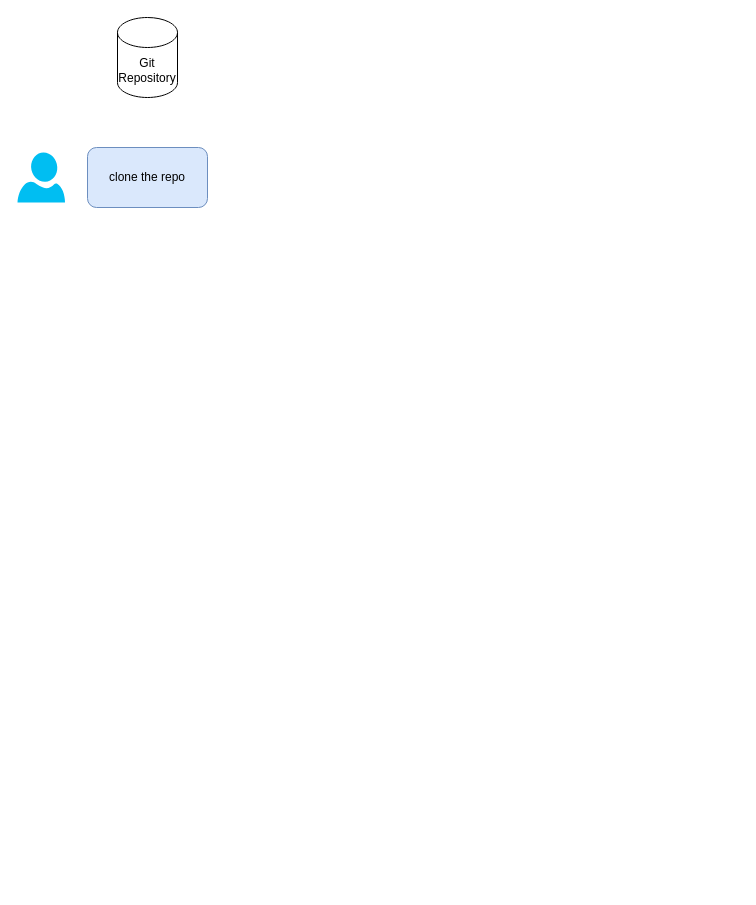
Earlier version of the draw.io diagram global_diagram.drawio (piglab/azuredevopsKT). Source tidied: cells renumbered, new cells numbered last; positions are measured from the earlier drawing's top-left corner, leaving out a move shared by most shapes. Both pictures are drawn from the tidied source at 100%, with x=0, y=0 at pixel (17, 17).
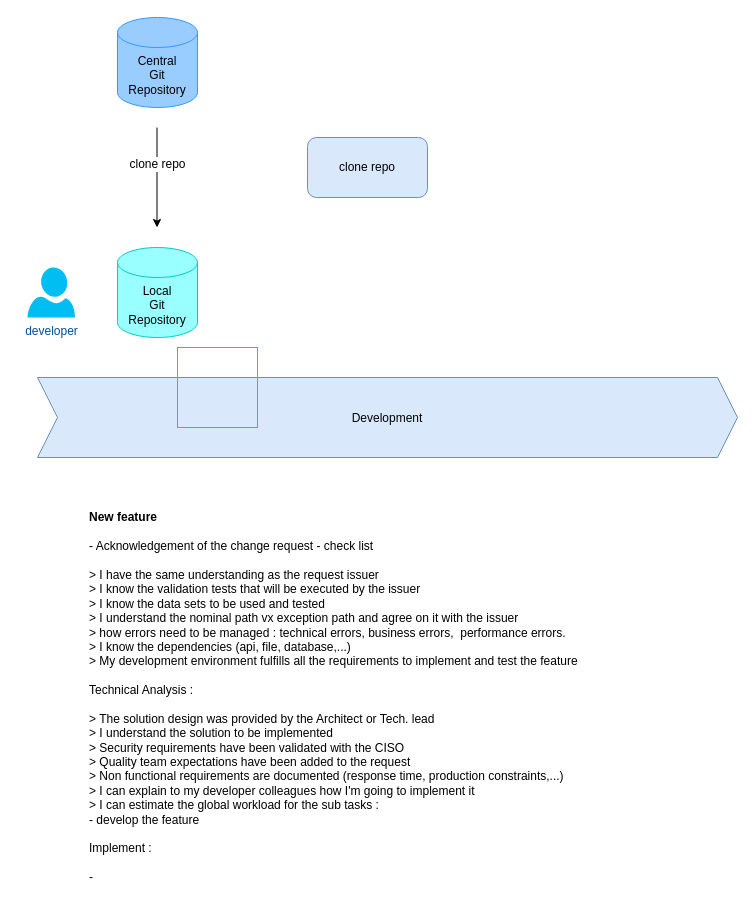
The same page after the edit.

Change to the diagram source:
```diff
@@
 <mxGraphModel>
   <root>
     <mxCell id="0" />
     <mxCell id="1" parent="0" />
-    <mxCell id="2" value="clone the repo" style="rounded=1;whiteSpace=wrap;html=1;fillColor=#dae8fc;strokeColor=#6c8ebf;" parent="1" vertex="1">
-      <mxGeometry x="70" y="130" width="120" height="60" as="geometry" />
+    <mxCell id="2" value="clone repo" style="rounded=1;whiteSpace=wrap;html=1;fillColor=#dae8fc;strokeColor=#6c8ebf;" parent="1" vertex="1">
+      <mxGeometry x="290" y="120" width="120" height="60" as="geometry" />
     </mxCell>
-    <mxCell id="3" style="verticalLabelPosition=bottom;html=1;verticalAlign=top;align=center;strokeColor=none;fillColor=#00BEF2;shape=mxgraph.azure.user;" parent="1" vertex="1">
-      <mxGeometry y="135" width="47.5" height="50" as="geometry" />
+    <mxCell id="3" value="developer" style="verticalLabelPosition=bottom;html=1;verticalAlign=top;align=center;strokeColor=none;fillColor=#00BEF2;shape=mxgraph.azure.user;fontColor=#004C99;" parent="1" vertex="1">
+      <mxGeometry x="10" y="250" width="47.5" height="50" as="geometry" />
     </mxCell>
-    <mxCell id="4" value="Git Repository" style="shape=cylinder3;whiteSpace=wrap;html=1;boundedLbl=1;backgroundOutline=1;size=15;" parent="1" vertex="1">
-      <mxGeometry x="100" width="60" height="80" as="geometry" />
+    <mxCell id="4" value="Central&lt;br&gt;Git &lt;br&gt;Repository" style="shape=cylinder3;whiteSpace=wrap;html=1;boundedLbl=1;backgroundOutline=1;size=15;fillColor=#99CCFF;strokeColor=#3399FF;" parent="1" vertex="1">
+      <mxGeometry x="100" width="80" height="90" as="geometry" />
     </mxCell>
+    <mxCell id="5" value="Local&lt;br&gt;Git &lt;br&gt;Repository" style="shape=cylinder3;whiteSpace=wrap;html=1;boundedLbl=1;backgroundOutline=1;size=15;fillColor=#99FFFF;strokeColor=#00CCCC;" parent="1" vertex="1">
+      <mxGeometry x="100" y="230" width="80" height="90" as="geometry" />
+    </mxCell>
+    <mxCell id="6" style="endArrow=classic;html=1;rounded=0;" parent="1" edge="1">
+      <mxGeometry relative="1" as="geometry">
+        <mxPoint x="139.5" y="110" as="sourcePoint" />
+        <mxPoint x="139.5" y="210" as="targetPoint" />
+      </mxGeometry>
+    </mxCell>
+    <mxCell id="7" value="clone repo" style="edgeLabel;html=1;align=center;verticalAlign=middle;fontSize=12;" parent="6" vertex="1">
+      <mxGeometry x="-0.28" relative="1" as="geometry" />
+    </mxCell>
+    <mxCell id="8" value="&lt;font color=&quot;#000000&quot; style=&quot;font-size: 12px&quot;&gt;Development&lt;/font&gt;" style="shape=step;perimeter=stepPerimeter;whiteSpace=wrap;html=1;fixedSize=1;fontSize=13;strokeColor=#6c8ebf;fillColor=#dae8fc;" parent="1" vertex="1">
+      <mxGeometry x="20" y="360" width="700" height="80" as="geometry" />
+    </mxCell>
+    <mxCell id="9" style="whiteSpace=wrap;html=1;fontSize=12;fontColor=#000000;strokeColor=#00CCCC;fillColor=none;" parent="1" vertex="1">
+      <mxGeometry x="160" y="330" width="80" height="80" as="geometry" />
+    </mxCell>
+    <mxCell id="10" value="&lt;b&gt;New feature&lt;/b&gt;&lt;br&gt;&lt;br&gt;&lt;span&gt;- Acknowledgement of the change request - check list&lt;/span&gt;&lt;br&gt;&lt;span&gt; &lt;/span&gt;&lt;span&gt;&lt;br&gt;&amp;gt; I have the same understanding as the request issuer&lt;/span&gt;&lt;br&gt;&lt;span&gt; &lt;/span&gt;&lt;span&gt;&amp;gt; I know the validation tests that will be executed by the issuer&lt;/span&gt;&lt;br&gt;&lt;span&gt; &lt;/span&gt;&lt;span&gt;&amp;gt; I know the data sets to be used and tested&lt;/span&gt;&lt;br&gt;&lt;span&gt; &lt;/span&gt;&lt;span&gt;&amp;gt; I understand the nominal path vx exception path and agree on it with the issuer&lt;/span&gt;&lt;br&gt;&lt;span&gt; &lt;/span&gt;&lt;span&gt;&lt;span&gt; &lt;/span&gt;&amp;gt; how errors need to be managed : technical errors, business errors,&amp;nbsp;&lt;/span&gt;&lt;span&gt; &lt;/span&gt;&lt;span&gt; &lt;/span&gt;&lt;span&gt;performance errors.&lt;/span&gt;&lt;br&gt;&lt;span&gt; &lt;/span&gt;&lt;span&gt;&amp;gt; I know the dependencies (api, file, database,...)&lt;br&gt;&lt;/span&gt;&lt;span&gt;&amp;gt; My development environment fulfills all the requirements to implement and test the feature&lt;br&gt;&lt;br&gt;Technical Analysis :&lt;br&gt;&lt;br&gt;&lt;/span&gt;&amp;gt; The solution design was provided by the Architect or Tech. lead&lt;br&gt;&amp;gt; I understand the solution to be implemented&lt;br&gt;&amp;gt; Security requirements have been validated with the CISO&lt;br&gt;&amp;gt; Quality team expectations have been added to the request&lt;br&gt;&amp;gt; Non functional requirements are documented (response time, production constraints,...)&lt;br&gt;&amp;gt; I can explain to my developer colleagues how I'm going to implement it&lt;br&gt;&amp;gt; I can estimate the global workload for the sub tasks :&lt;br&gt;- develop the feature&lt;br&gt;&lt;span&gt;&lt;br&gt;Implement :&lt;br&gt;&lt;br&gt;-&amp;nbsp;&amp;nbsp;&lt;br&gt;&lt;/span&gt;" style="text;html=1;strokeColor=none;fillColor=none;align=left;verticalAlign=middle;whiteSpace=wrap;rounded=0;fontSize=12;fontColor=#000000;" parent="1" vertex="1">
+      <mxGeometry x="70" y="490" width="610" height="380" as="geometry" />
+    </mxCell>
   </root>
 </mxGraphModel>
```
